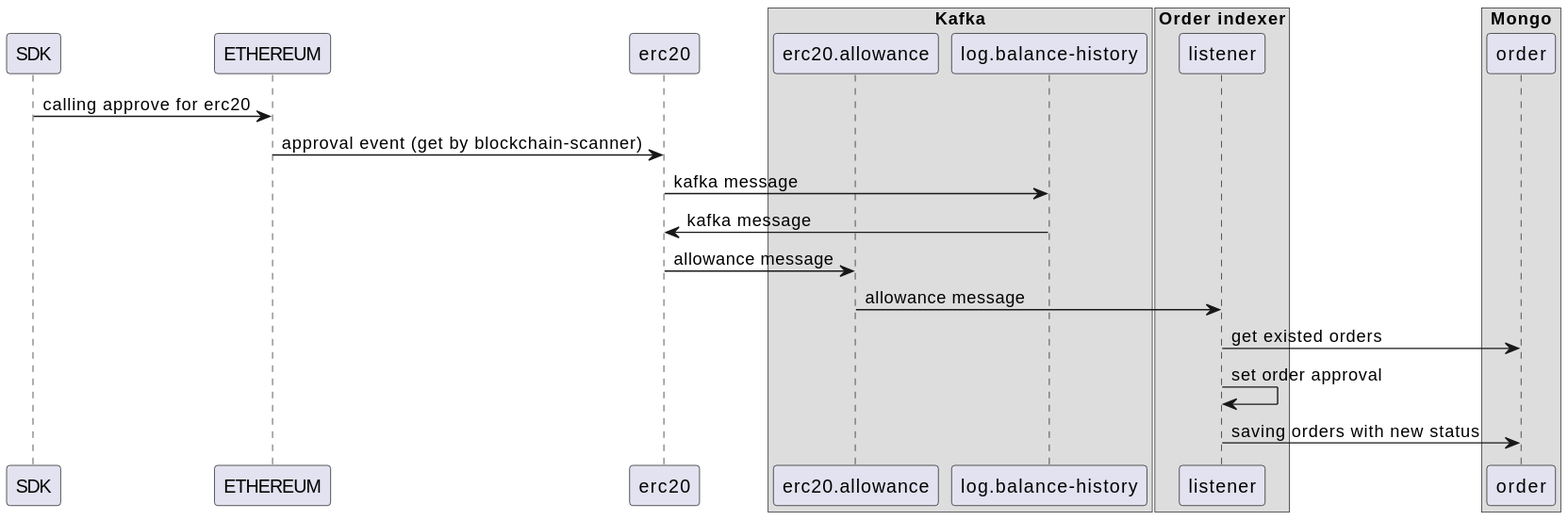
Earlier version of the PlantUML export docs/diagrams/svg/bid_order_change_approval.svg (rarible/ethereum-indexer-public). Its diagram source:
```plantuml
@startuml
SDK -> ETHEREUM: calling approve for erc20
ETHEREUM -> erc20: approval event (get by blockchain-scanner)
erc20 -> "log.balance-history" : kafka message
"log.balance-history" -> erc20: kafka message
erc20 -> "erc20.allowance" : allowance message
"erc20.allowance" -> listener : allowance message

listener -> order: get existed orders
listener -> listener: set order approval
listener -> order: saving orders with new status

box "Kafka"
participant "erc20.allowance"
participant "log.balance-history"
end box

box "Order indexer"
participant listener
end box

box "Mongo"
participant order
end box
@enduml
```
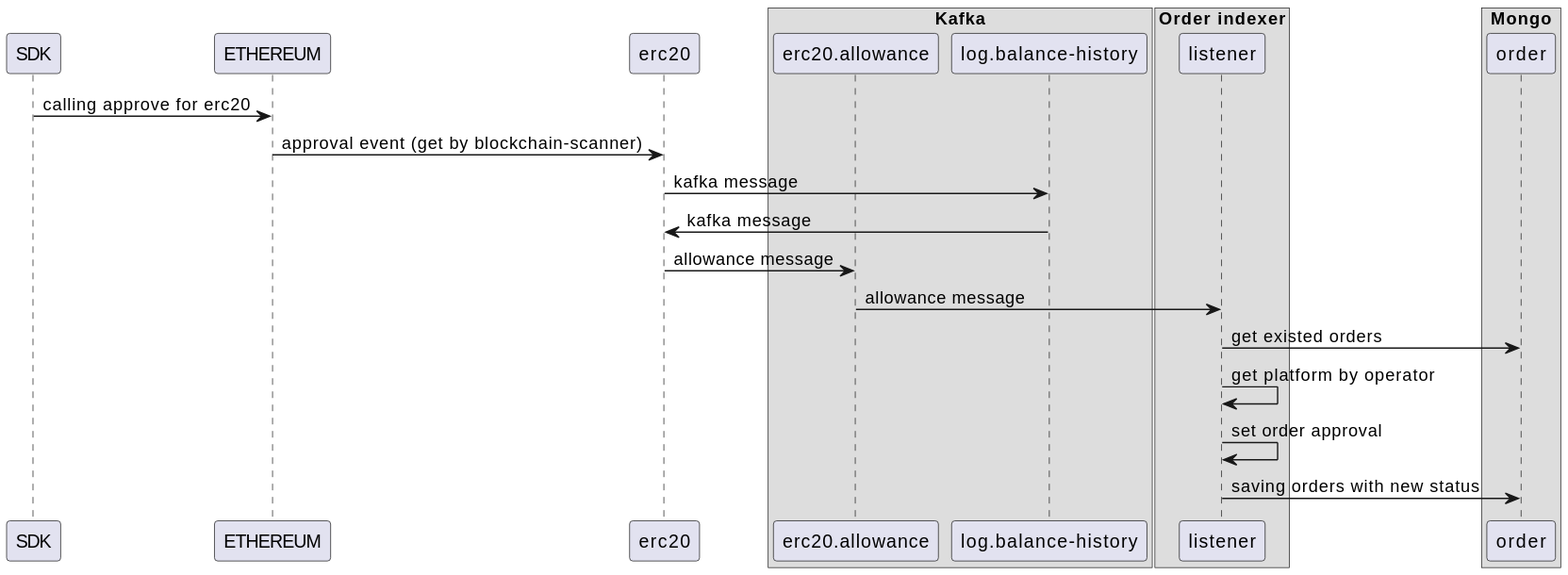
Above is the later version.

Commit message:
fix approval for bid

What changed in the source:
```diff
@@ -7,6 +7,7 @@
 "erc20.allowance" -> listener : allowance message
 
 listener -> order: get existed orders
+listener -> listener : get platform by operator
 listener -> listener: set order approval
 listener -> order: saving orders with new status
 
```
